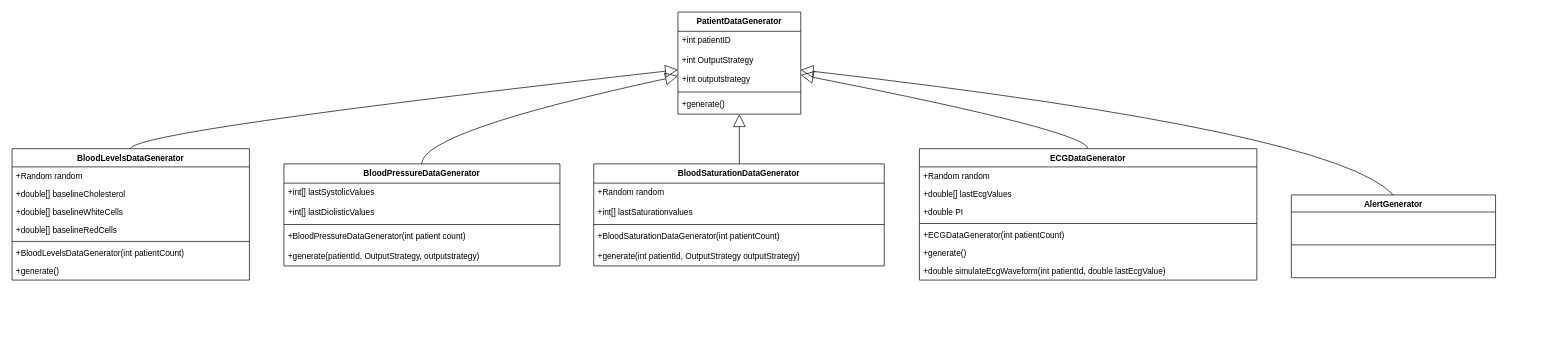
This is src/main/java/com/cardio_generator/generators/patientDataDiagram.drawio from tpepels/signal_project, a draw.io file, before an edit. Source tidied: cells renumbered, new cells numbered last; positions are measured from the earlier drawing's top-left corner, leaving out a move shared by most shapes. Both pictures are drawn from the tidied source at 69%, with x=0, y=0 at pixel (12, 12).
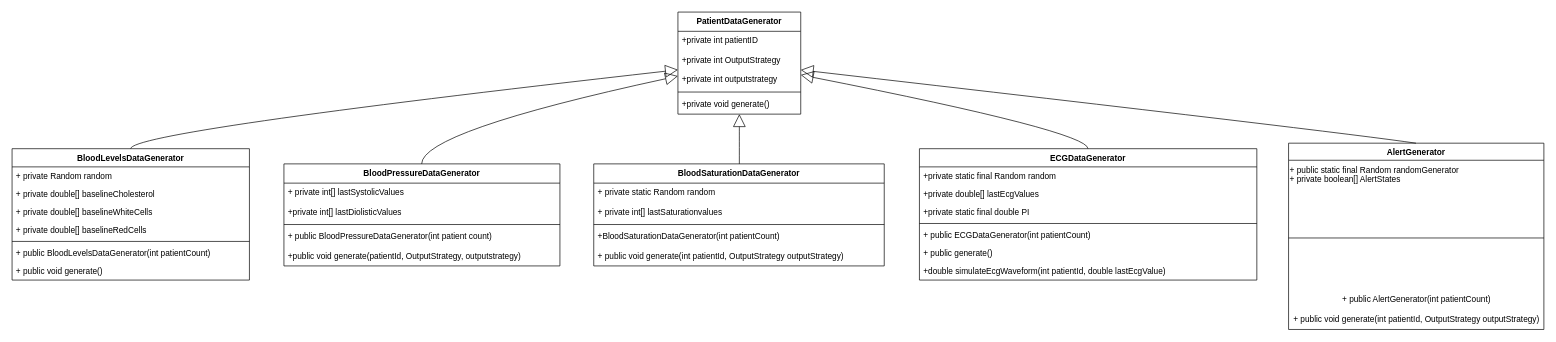
After the change.

Unchanged cells that the change refers to:
```xml
<mxCell id="2" value="PatientDataGenerator" style="swimlane;fontStyle=1;align=center;verticalAlign=top;horizontal=1;startSize=27.9;" parent="1" vertex="1">
  <mxGeometry x="965" width="178" height="147.9" as="geometry" />
</mxCell>
<mxCell id="8" value="BloodLevelsDataGenerator" style="swimlane;fontStyle=1;align=center;verticalAlign=top;horizontal=1;startSize=26.357142857142858;" parent="1" vertex="1">
  <mxGeometry y="198" width="344" height="190.4" as="geometry" />
</mxCell>
<mxCell id="16" value="BloodPressureDataGenerator" style="swimlane;fontStyle=1;align=center;verticalAlign=top;horizontal=1;startSize=27.9;" parent="1" vertex="1">
  <mxGeometry x="394" y="220" width="400" height="147.9" as="geometry" />
</mxCell>
<mxCell id="22" value="BloodSaturationDataGenerator" style="swimlane;fontStyle=1;align=center;verticalAlign=top;horizontal=1;startSize=27.9;" parent="1" vertex="1">
  <mxGeometry x="843" y="220" width="421" height="147.9" as="geometry" />
</mxCell>
<mxCell id="28" value="ECGDataGenerator" style="swimlane;fontStyle=1;align=center;verticalAlign=top;horizontal=1;startSize=26.357142857142858;" parent="1" vertex="1">
  <mxGeometry x="1315" y="198" width="489" height="190.4" as="geometry" />
</mxCell>
```

Diff of the diagram source:
```diff
@@
-    <mxCell id="3" value="+int patientID" style="text;strokeColor=none;fillColor=none;align=left;verticalAlign=top;spacingLeft=4;spacingRight=4;overflow=hidden;" parent="2" vertex="1">
+    <mxCell id="3" value="+private int patientID" style="text;strokeColor=none;fillColor=none;align=left;verticalAlign=top;spacingLeft=4;spacingRight=4;overflow=hidden;" parent="2" vertex="1">
       <mxGeometry y="27.9" width="178" height="28" as="geometry" />
     </mxCell>
-    <mxCell id="4" value="+int OutputStrategy" style="text;strokeColor=none;fillColor=none;align=left;verticalAlign=top;spacingLeft=4;spacingRight=4;overflow=hidden;" parent="2" vertex="1">
+    <mxCell id="4" value="+private int OutputStrategy" style="text;strokeColor=none;fillColor=none;align=left;verticalAlign=top;spacingLeft=4;spacingRight=4;overflow=hidden;" parent="2" vertex="1">
       <mxGeometry y="55.9" width="178" height="28" as="geometry" />
     </mxCell>
-    <mxCell id="5" value="+int outputstrategy" style="text;strokeColor=none;fillColor=none;align=left;verticalAlign=top;spacingLeft=4;spacingRight=4;overflow=hidden;" parent="2" vertex="1">
+    <mxCell id="5" value="+private int outputstrategy" style="text;strokeColor=none;fillColor=none;align=left;verticalAlign=top;spacingLeft=4;spacingRight=4;overflow=hidden;" parent="2" vertex="1">
       <mxGeometry y="83.9" width="178" height="28" as="geometry" />
     </mxCell>
@@
-    <mxCell id="7" value="+generate()" style="text;strokeColor=none;fillColor=none;align=left;verticalAlign=top;spacingLeft=4;spacingRight=4;overflow=hidden;" parent="2" vertex="1">
+    <mxCell id="7" value="+private void generate()" style="text;strokeColor=none;fillColor=none;align=left;verticalAlign=top;spacingLeft=4;spacingRight=4;overflow=hidden;" parent="2" vertex="1">
       <mxGeometry y="119.9" width="178" height="28" as="geometry" />
     </mxCell>
@@
-    <mxCell id="9" value="+Random random" style="text;strokeColor=none;fillColor=none;align=left;verticalAlign=top;spacingLeft=4;spacingRight=4;overflow=hidden;" parent="8" vertex="1">
+    <mxCell id="9" value="+ private Random random" style="text;strokeColor=none;fillColor=none;align=left;verticalAlign=top;spacingLeft=4;spacingRight=4;overflow=hidden;" parent="8" vertex="1">
       <mxGeometry y="26.4" width="344" height="26" as="geometry" />
     </mxCell>
-    <mxCell id="10" value="+double[] baselineCholesterol" style="text;strokeColor=none;fillColor=none;align=left;verticalAlign=top;spacingLeft=4;spacingRight=4;overflow=hidden;" parent="8" vertex="1">
+    <mxCell id="10" value="+ private double[] baselineCholesterol" style="text;strokeColor=none;fillColor=none;align=left;verticalAlign=top;spacingLeft=4;spacingRight=4;overflow=hidden;" parent="8" vertex="1">
       <mxGeometry y="52.4" width="344" height="26" as="geometry" />
     </mxCell>
-    <mxCell id="11" value="+double[] baselineWhiteCells" style="text;strokeColor=none;fillColor=none;align=left;verticalAlign=top;spacingLeft=4;spacingRight=4;overflow=hidden;" parent="8" vertex="1">
+    <mxCell id="11" value="+ private double[] baselineWhiteCells" style="text;strokeColor=none;fillColor=none;align=left;verticalAlign=top;spacingLeft=4;spacingRight=4;overflow=hidden;" parent="8" vertex="1">
       <mxGeometry y="78.4" width="344" height="26" as="geometry" />
     </mxCell>
-    <mxCell id="12" value="+double[] baselineRedCells" style="text;strokeColor=none;fillColor=none;align=left;verticalAlign=top;spacingLeft=4;spacingRight=4;overflow=hidden;" parent="8" vertex="1">
+    <mxCell id="12" value="+ private double[] baselineRedCells" style="text;strokeColor=none;fillColor=none;align=left;verticalAlign=top;spacingLeft=4;spacingRight=4;overflow=hidden;" parent="8" vertex="1">
       <mxGeometry y="104.4" width="344" height="26" as="geometry" />
     </mxCell>
@@
-    <mxCell id="14" value="+BloodLevelsDataGenerator(int patientCount)" style="text;strokeColor=none;fillColor=none;align=left;verticalAlign=top;spacingLeft=4;spacingRight=4;overflow=hidden;" parent="8" vertex="1">
+    <mxCell id="14" value="+ public BloodLevelsDataGenerator(int patientCount)" style="text;strokeColor=none;fillColor=none;align=left;verticalAlign=top;spacingLeft=4;spacingRight=4;overflow=hidden;" parent="8" vertex="1">
       <mxGeometry y="138.4" width="344" height="26" as="geometry" />
     </mxCell>
-    <mxCell id="15" value="+generate()" style="text;strokeColor=none;fillColor=none;align=left;verticalAlign=top;spacingLeft=4;spacingRight=4;overflow=hidden;" parent="8" vertex="1">
+    <mxCell id="15" value="+ public void generate()" style="text;strokeColor=none;fillColor=none;align=left;verticalAlign=top;spacingLeft=4;spacingRight=4;overflow=hidden;" parent="8" vertex="1">
       <mxGeometry y="164.4" width="344" height="26" as="geometry" />
     </mxCell>
@@
-    <mxCell id="17" value="+int[] lastSystolicValues" style="text;strokeColor=none;fillColor=none;align=left;verticalAlign=top;spacingLeft=4;spacingRight=4;overflow=hidden;" parent="16" vertex="1">
+    <mxCell id="17" value="+ private int[] lastSystolicValues" style="text;strokeColor=none;fillColor=none;align=left;verticalAlign=top;spacingLeft=4;spacingRight=4;overflow=hidden;" parent="16" vertex="1">
       <mxGeometry y="27.9" width="400" height="28" as="geometry" />
     </mxCell>
-    <mxCell id="18" value="+int[] lastDiolisticValues" style="text;strokeColor=none;fillColor=none;align=left;verticalAlign=top;spacingLeft=4;spacingRight=4;overflow=hidden;" parent="16" vertex="1">
+    <mxCell id="18" value="+private int[] lastDiolisticValues" style="text;strokeColor=none;fillColor=none;align=left;verticalAlign=top;spacingLeft=4;spacingRight=4;overflow=hidden;" parent="16" vertex="1">
       <mxGeometry y="55.9" width="400" height="28" as="geometry" />
     </mxCell>
@@
-    <mxCell id="20" value="+BloodPressureDataGenerator(int patient count)" style="text;strokeColor=none;fillColor=none;align=left;verticalAlign=top;spacingLeft=4;spacingRight=4;overflow=hidden;" parent="16" vertex="1">
+    <mxCell id="20" value="+ public BloodPressureDataGenerator(int patient count)" style="text;strokeColor=none;fillColor=none;align=left;verticalAlign=top;spacingLeft=4;spacingRight=4;overflow=hidden;" parent="16" vertex="1">
       <mxGeometry y="91.9" width="400" height="28" as="geometry" />
     </mxCell>
-    <mxCell id="21" value="+generate(patientId, OutputStrategy, outputstrategy)" style="text;strokeColor=none;fillColor=none;align=left;verticalAlign=top;spacingLeft=4;spacingRight=4;overflow=hidden;" parent="16" vertex="1">
+    <mxCell id="21" value="+public void generate(patientId, OutputStrategy, outputstrategy)" style="text;strokeColor=none;fillColor=none;align=left;verticalAlign=top;spacingLeft=4;spacingRight=4;overflow=hidden;" parent="16" vertex="1">
       <mxGeometry y="119.9" width="400" height="28" as="geometry" />
     </mxCell>
@@
-    <mxCell id="23" value="+Random random" style="text;strokeColor=none;fillColor=none;align=left;verticalAlign=top;spacingLeft=4;spacingRight=4;overflow=hidden;" parent="22" vertex="1">
+    <mxCell id="23" value="+ private static Random random" style="text;strokeColor=none;fillColor=none;align=left;verticalAlign=top;spacingLeft=4;spacingRight=4;overflow=hidden;" parent="22" vertex="1">
       <mxGeometry y="27.9" width="421" height="28" as="geometry" />
     </mxCell>
-    <mxCell id="24" value="+int[] lastSaturationvalues" style="text;strokeColor=none;fillColor=none;align=left;verticalAlign=top;spacingLeft=4;spacingRight=4;overflow=hidden;" parent="22" vertex="1">
+    <mxCell id="24" value="+ private int[] lastSaturationvalues" style="text;strokeColor=none;fillColor=none;align=left;verticalAlign=top;spacingLeft=4;spacingRight=4;overflow=hidden;" parent="22" vertex="1">
       <mxGeometry y="55.9" width="421" height="28" as="geometry" />
     </mxCell>
@@
-    <mxCell id="27" value="+generate(int patientId, OutputStrategy outputStrategy)" style="text;strokeColor=none;fillColor=none;align=left;verticalAlign=top;spacingLeft=4;spacingRight=4;overflow=hidden;" parent="22" vertex="1">
+    <mxCell id="27" value="+ public void generate(int patientId, OutputStrategy outputStrategy)" style="text;strokeColor=none;fillColor=none;align=left;verticalAlign=top;spacingLeft=4;spacingRight=4;overflow=hidden;" parent="22" vertex="1">
       <mxGeometry y="119.9" width="421" height="28" as="geometry" />
     </mxCell>
@@
-    <mxCell id="29" value="+Random random" style="text;strokeColor=none;fillColor=none;align=left;verticalAlign=top;spacingLeft=4;spacingRight=4;overflow=hidden;" parent="28" vertex="1">
+    <mxCell id="29" value="+private static final Random random" style="text;strokeColor=none;fillColor=none;align=left;verticalAlign=top;spacingLeft=4;spacingRight=4;overflow=hidden;" parent="28" vertex="1">
       <mxGeometry y="26.4" width="489" height="26" as="geometry" />
     </mxCell>
-    <mxCell id="30" value="+double[] lastEcgValues" style="text;strokeColor=none;fillColor=none;align=left;verticalAlign=top;spacingLeft=4;spacingRight=4;overflow=hidden;" parent="28" vertex="1">
+    <mxCell id="30" value="+private double[] lastEcgValues" style="text;strokeColor=none;fillColor=none;align=left;verticalAlign=top;spacingLeft=4;spacingRight=4;overflow=hidden;" parent="28" vertex="1">
       <mxGeometry y="52.4" width="489" height="26" as="geometry" />
     </mxCell>
-    <mxCell id="31" value="+double PI" style="text;strokeColor=none;fillColor=none;align=left;verticalAlign=top;spacingLeft=4;spacingRight=4;overflow=hidden;" parent="28" vertex="1">
+    <mxCell id="31" value="+private static final double PI" style="text;strokeColor=none;fillColor=none;align=left;verticalAlign=top;spacingLeft=4;spacingRight=4;overflow=hidden;" parent="28" vertex="1">
       <mxGeometry y="78.4" width="489" height="26" as="geometry" />
     </mxCell>
@@
-    <mxCell id="33" value="+ECGDataGenerator(int patientCount)" style="text;strokeColor=none;fillColor=none;align=left;verticalAlign=top;spacingLeft=4;spacingRight=4;overflow=hidden;" parent="28" vertex="1">
+    <mxCell id="33" value="+ public ECGDataGenerator(int patientCount)" style="text;strokeColor=none;fillColor=none;align=left;verticalAlign=top;spacingLeft=4;spacingRight=4;overflow=hidden;" parent="28" vertex="1">
       <mxGeometry y="112.4" width="489" height="26" as="geometry" />
     </mxCell>
-    <mxCell id="34" value="+generate()" style="text;strokeColor=none;fillColor=none;align=left;verticalAlign=top;spacingLeft=4;spacingRight=4;overflow=hidden;" parent="28" vertex="1">
+    <mxCell id="34" value="+ public generate()" style="text;strokeColor=none;fillColor=none;align=left;verticalAlign=top;spacingLeft=4;spacingRight=4;overflow=hidden;" parent="28" vertex="1">
       <mxGeometry y="138.4" width="489" height="26" as="geometry" />
     </mxCell>
@@
     <mxCell id="36" value="AlertGenerator" style="swimlane;align=center;verticalAlign=top;horizontal=1;startSize=24.75;" parent="1" vertex="1">
-      <mxGeometry x="1854" y="265" width="296" height="120" as="geometry" />
+      <mxGeometry x="1850" y="190" width="370" height="270" as="geometry" />
     </mxCell>
+    <mxCell id="43" value="+ public static final Random randomGenerator&lt;div&gt;&lt;span style=&quot;background-color: initial;&quot;&gt;+ private boolean[] AlertStates&lt;/span&gt;&lt;br&gt;&lt;/div&gt;&lt;div&gt;&lt;span style=&quot;background-color: initial;&quot;&gt;&lt;br&gt;&lt;/span&gt;&lt;/div&gt;" style="text;whiteSpace=wrap;html=1;" parent="36" vertex="1">
+      <mxGeometry y="24.8" width="370" height="40" as="geometry" />
+    </mxCell>
     <mxCell id="37" style="line;strokeWidth=1;fillColor=none;align=left;verticalAlign=middle;spacingTop=-1;spacingLeft=3;spacingRight=3;labelPosition=right;strokeColor=inherit;" parent="36" vertex="1">
-      <mxGeometry y="24.8" width="296" height="95.2" as="geometry" />
+      <mxGeometry y="64.8" width="370" height="145.2" as="geometry" />
     </mxCell>
+    <mxCell id="44" value="+ public AlertGenerator(int patientCount)&lt;div&gt;&lt;br&gt;+ public void generate(int patientId, OutputStrategy outputStrategy)&lt;/div&gt;" style="text;html=1;align=center;verticalAlign=middle;strokeColor=none;fillColor=none;" parent="36" vertex="1">
+      <mxGeometry y="210" width="370" height="60" as="geometry" />
+    </mxCell>
```
